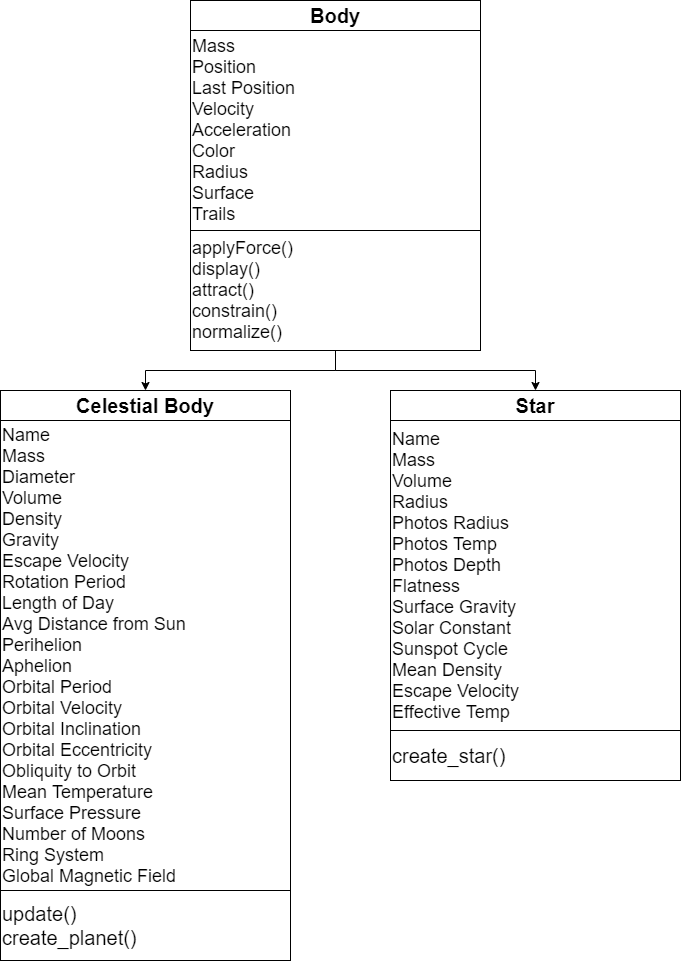
Above: Project Process Models/Class_Diagram (1).png in semmanuel/Antikythera (draw.io), before the change. Source tidied: cells renumbered, new cells last; positions are measured from the earlier drawing's top-left corner, leaving out a move shared by most shapes.
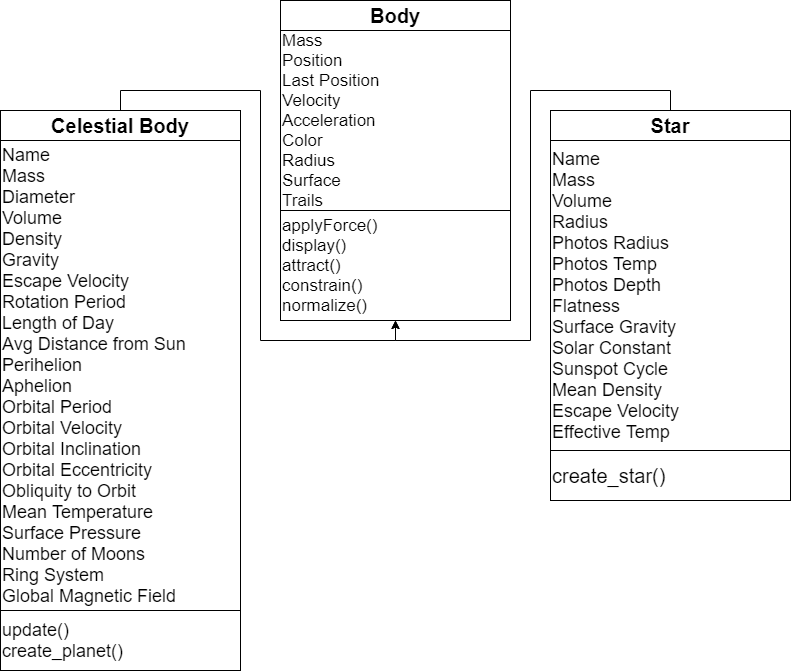
After the change.

Diff of the diagram source:
```diff
@@ -3,37 +3,37 @@
     <mxCell id="0" />
     <mxCell id="1" parent="0" />
     <mxCell id="2" value="&lt;span style=&quot;font-size: 20px&quot;&gt;&lt;b&gt;Body&lt;/b&gt;&lt;/span&gt;" style="rounded=0;whiteSpace=wrap;html=1;" parent="1" vertex="1">
-      <mxGeometry x="190" width="290" height="30" as="geometry" />
+      <mxGeometry x="190" width="230" height="30" as="geometry" />
     </mxCell>
-    <mxCell id="3" value="&lt;font style=&quot;font-size: 18px&quot;&gt;Mass&lt;br&gt;Position&lt;br&gt;Last Position&lt;br&gt;Velocity&lt;br&gt;Acceleration&lt;br&gt;Color&lt;br&gt;Radius&lt;br&gt;Surface&amp;nbsp;&lt;br&gt;Trails&lt;/font&gt;" style="rounded=0;whiteSpace=wrap;html=1;align=left;" parent="1" vertex="1">
-      <mxGeometry x="190" y="30" width="290" height="200" as="geometry" />
+    <mxCell id="3" value="&lt;font style=&quot;font-size: 17px&quot;&gt;Mass&lt;br&gt;Position&lt;br&gt;Last Position&lt;br&gt;Velocity&lt;br&gt;Acceleration&lt;br&gt;Color&lt;br&gt;Radius&lt;br&gt;Surface&amp;nbsp;&lt;br&gt;Trails&lt;/font&gt;" style="rounded=0;whiteSpace=wrap;html=1;align=left;" parent="1" vertex="1">
+      <mxGeometry x="190" y="30" width="230" height="180" as="geometry" />
     </mxCell>
-    <mxCell id="4" style="edgeStyle=orthogonalEdgeStyle;rounded=0;jettySize=auto;html=1;exitX=0.5;exitY=1;exitDx=0;exitDy=0;entryX=0.5;entryY=0;entryDx=0;entryDy=0;" parent="1" edge="1" source="6" target="7">
-      <mxGeometry relative="1" as="geometry" />
-    </mxCell>
-    <mxCell id="5" style="edgeStyle=orthogonalEdgeStyle;rounded=0;jettySize=auto;html=1;exitX=0.5;exitY=1;exitDx=0;exitDy=0;entryX=0.5;entryY=0;entryDx=0;entryDy=0;" parent="1" edge="1" source="6" target="10">
-      <mxGeometry relative="1" as="geometry" />
-    </mxCell>
-    <mxCell id="6" value="&lt;font style=&quot;font-size: 18px&quot;&gt;applyForce()&lt;br&gt;display()&lt;br&gt;attract()&lt;br&gt;constrain()&lt;br&gt;normalize()&lt;/font&gt;" style="rounded=0;whiteSpace=wrap;html=1;align=left;" parent="1" vertex="1">
-      <mxGeometry x="190" y="230" width="290" height="120" as="geometry" />
+    <mxCell id="6" value="&lt;font style=&quot;font-size: 17px&quot;&gt;applyForce()&lt;br&gt;display()&lt;br&gt;attract()&lt;br&gt;constrain()&lt;br&gt;normalize()&lt;/font&gt;" style="rounded=0;whiteSpace=wrap;html=1;align=left;" parent="1" vertex="1">
+      <mxGeometry x="190" y="210" width="230" height="110" as="geometry" />
     </mxCell>
+    <mxCell id="13" style="edgeStyle=orthogonalEdgeStyle;rounded=0;jettySize=auto;html=1;exitX=0.5;exitY=0;exitDx=0;exitDy=0;entryX=0.5;entryY=1;entryDx=0;entryDy=0;" parent="1" edge="1" source="7" target="6">
+      <mxGeometry relative="1" as="geometry" />
+    </mxCell>
     <mxCell id="7" value="&lt;span style=&quot;font-size: 20px&quot;&gt;&lt;b&gt;Celestial Body&lt;/b&gt;&lt;/span&gt;" style="rounded=0;whiteSpace=wrap;html=1;" parent="1" vertex="1">
-      <mxGeometry y="390" width="290" height="30" as="geometry" />
+      <mxGeometry x="-90" y="110" width="240" height="30" as="geometry" />
     </mxCell>
     <mxCell id="8" value="&lt;font style=&quot;font-size: 18px&quot;&gt;Name&lt;br&gt;Mass&lt;br&gt;Diameter&lt;br&gt;Volume&lt;br&gt;Density&lt;br&gt;Gravity&lt;br&gt;Escape Velocity&lt;br&gt;Rotation Period&lt;br&gt;Length of Day&lt;br&gt;Avg Distance from Sun&lt;br&gt;Perihelion&lt;br&gt;Aphelion&lt;br&gt;Orbital Period&lt;br&gt;Orbital Velocity&lt;br&gt;Orbital Inclination&lt;br&gt;Orbital Eccentricity&lt;br&gt;Obliquity to Orbit&lt;br&gt;Mean Temperature&lt;br&gt;Surface Pressure&lt;br&gt;Number of Moons&lt;br&gt;Ring System&lt;br&gt;Global Magnetic Field&lt;br&gt;&lt;/font&gt;" style="rounded=0;whiteSpace=wrap;html=1;align=left;" parent="1" vertex="1">
-      <mxGeometry y="420" width="290" height="470" as="geometry" />
+      <mxGeometry x="-90" y="140" width="240" height="470" as="geometry" />
     </mxCell>
-    <mxCell id="9" value="&lt;span style=&quot;font-size: 20px&quot;&gt;update()&lt;br&gt;create_planet()&lt;br&gt;&lt;/span&gt;" style="rounded=0;whiteSpace=wrap;html=1;align=left;" parent="1" vertex="1">
-      <mxGeometry y="890" width="290" height="70" as="geometry" />
+    <mxCell id="9" value="&lt;span style=&quot;font-size: 18px&quot;&gt;update()&lt;br&gt;create_planet()&lt;br&gt;&lt;/span&gt;" style="rounded=0;whiteSpace=wrap;html=1;align=left;" parent="1" vertex="1">
+      <mxGeometry x="-90" y="610" width="240" height="60" as="geometry" />
     </mxCell>
+    <mxCell id="14" style="edgeStyle=orthogonalEdgeStyle;rounded=0;jettySize=auto;html=1;exitX=0.5;exitY=0;exitDx=0;exitDy=0;entryX=0.5;entryY=1;entryDx=0;entryDy=0;" parent="1" edge="1" source="10" target="6">
+      <mxGeometry relative="1" as="geometry" />
+    </mxCell>
     <mxCell id="10" value="&lt;span style=&quot;font-size: 20px&quot;&gt;&lt;b&gt;Star&lt;/b&gt;&lt;/span&gt;" style="rounded=0;whiteSpace=wrap;html=1;" parent="1" vertex="1">
-      <mxGeometry x="390" y="390" width="290" height="30" as="geometry" />
+      <mxGeometry x="460" y="110" width="240" height="30" as="geometry" />
     </mxCell>
     <mxCell id="11" value="&lt;span style=&quot;font-size: 18px&quot;&gt;Name&lt;br&gt;Mass&lt;br&gt;Volume&lt;br&gt;Radius&lt;br&gt;Photos Radius&lt;br&gt;Photos Temp&lt;br&gt;Photos Depth&lt;br&gt;Flatness&lt;br&gt;Surface Gravity&lt;br&gt;Solar Constant&lt;br&gt;Sunspot Cycle&lt;br&gt;Mean Density&lt;br&gt;Escape Velocity&lt;br&gt;Effective Temp&lt;br&gt;&lt;/span&gt;" style="rounded=0;whiteSpace=wrap;html=1;align=left;" parent="1" vertex="1">
-      <mxGeometry x="390" y="420" width="290" height="310" as="geometry" />
+      <mxGeometry x="460" y="140" width="240" height="310" as="geometry" />
     </mxCell>
     <mxCell id="12" value="&lt;span style=&quot;font-size: 20px&quot;&gt;create_star()&lt;/span&gt;" style="rounded=0;whiteSpace=wrap;html=1;align=left;" parent="1" vertex="1">
-      <mxGeometry x="390" y="730" width="290" height="50" as="geometry" />
+      <mxGeometry x="460" y="450" width="240" height="50" as="geometry" />
     </mxCell>
   </root>
 </mxGraphModel>
```
